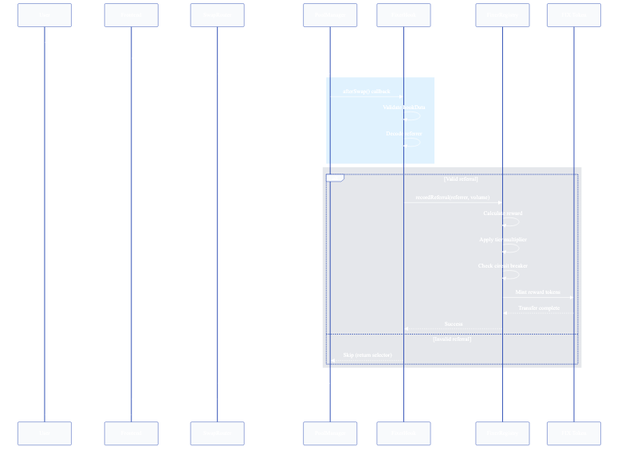
The Mermaid diagram docs/diagrams/SEQ_SWAP.png in guglxni/the-fixer-hook, before a commit. Its source is kept beside it as docs/diagrams/SEQ_SWAP.mmd. Source of this version:
```mermaid
%%{init: {'theme': 'base', 'themeVariables': {
  'primaryColor': '#1e3a8a',
  'primaryTextColor': '#ffffff',
  'primaryBorderColor': '#1e40af',
  'lineColor': '#475569',
  'secondaryColor': '#e2e8f0',
  'tertiaryColor': '#cbd5e1',
  'background': '#ffffff',
  'mainBkg': '#f8fafc',
  'nodeBorder': '#64748b',
  'clusterBkg': '#f1f5f9',
  'clusterBorder': '#94a3b8',
  'titleColor': '#0f172a',
  'edgeLabelBackground': '#ffffff',
  'fontFamily': 'Inter, system-ui, sans-serif'
}}}%%
sequenceDiagram
    participant U as User
    participant F as Frontend
    participant R as SwapRouter
    participant PM as PoolManager
    participant H as FixerHook
    participant REG as FixerRegistry
    participant FIX as FIX Token

    U->>F: Select token pair + referrer
    F->>R: Build swap with hookData
    R->>PM: Execute swap(key, params, hookData)

    rect rgb(224, 242, 254)
        PM->>H: afterSwap() callback
        H->>H: Validate hookData
        H->>H: Decode referrer
    end

    rect rgb(229, 231, 235)
        alt Valid referral
            H->>REG: recordReferral(referrer, volume)
            REG->>REG: Calculate reward
            REG->>REG: Apply tier multiplier
            REG->>REG: Check circuit breaker
            REG->>FIX: Mint reward tokens
            FIX-->>REG: Transfer complete
            REG-->>H: Success
        else Invalid referral
            H-->>PM: Skip (return selector)
        end
    end

    PM-->>R: Swap complete
    R-->>F: Transaction receipt
    F-->>U: Success notification
```
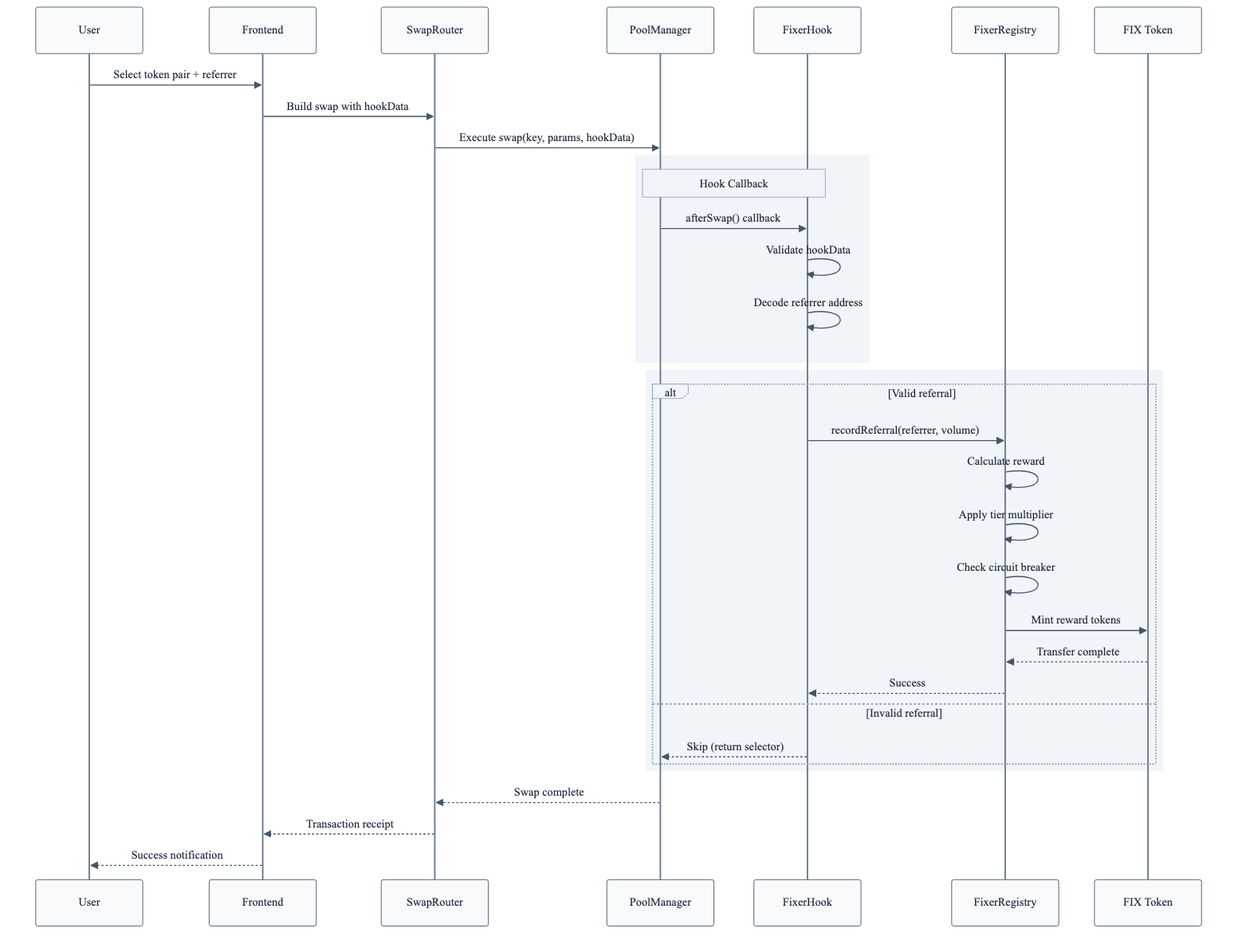
After the change.

What changed in the source:
```diff
@@ -1,19 +1,4 @@
-%%{init: {'theme': 'base', 'themeVariables': {
-  'primaryColor': '#1e3a8a',
-  'primaryTextColor': '#ffffff',
-  'primaryBorderColor': '#1e40af',
-  'lineColor': '#475569',
-  'secondaryColor': '#e2e8f0',
-  'tertiaryColor': '#cbd5e1',
-  'background': '#ffffff',
-  'mainBkg': '#f8fafc',
-  'nodeBorder': '#64748b',
-  'clusterBkg': '#f1f5f9',
-  'clusterBorder': '#94a3b8',
-  'titleColor': '#0f172a',
-  'edgeLabelBackground': '#ffffff',
-  'fontFamily': 'Inter, system-ui, sans-serif'
-}}}%%
+%%{init: {'theme': 'neutral', 'themeVariables': {'fontFamily': 'Inter, system-ui, sans-serif', 'actorTextColor': '#1e293b', 'actorBorder': '#475569', 'actorBkg': '#f8fafc', 'actorLineColor': '#64748b', 'signalColor': '#475569', 'signalTextColor': '#1e293b', 'labelBoxBkgColor': '#f1f5f9', 'labelBoxBorderColor': '#94a3b8', 'labelTextColor': '#1e293b', 'loopTextColor': '#1e293b', 'activationBorderColor': '#475569', 'activationBkgColor': '#e2e8f0', 'noteBkgColor': '#f1f5f9', 'noteBorderColor': '#94a3b8', 'noteTextColor': '#1e293b'}}}%%
 sequenceDiagram
     participant U as User
     participant F as Frontend
@@ -27,13 +12,14 @@
     F->>R: Build swap with hookData
     R->>PM: Execute swap(key, params, hookData)
 
-    rect rgb(224, 242, 254)
+    rect rgb(241, 245, 249)
+        Note over PM,H: Hook Callback
         PM->>H: afterSwap() callback
         H->>H: Validate hookData
-        H->>H: Decode referrer
+        H->>H: Decode referrer address
     end
 
-    rect rgb(229, 231, 235)
+    rect rgb(241, 245, 249)
         alt Valid referral
             H->>REG: recordReferral(referrer, volume)
             REG->>REG: Calculate reward
```
